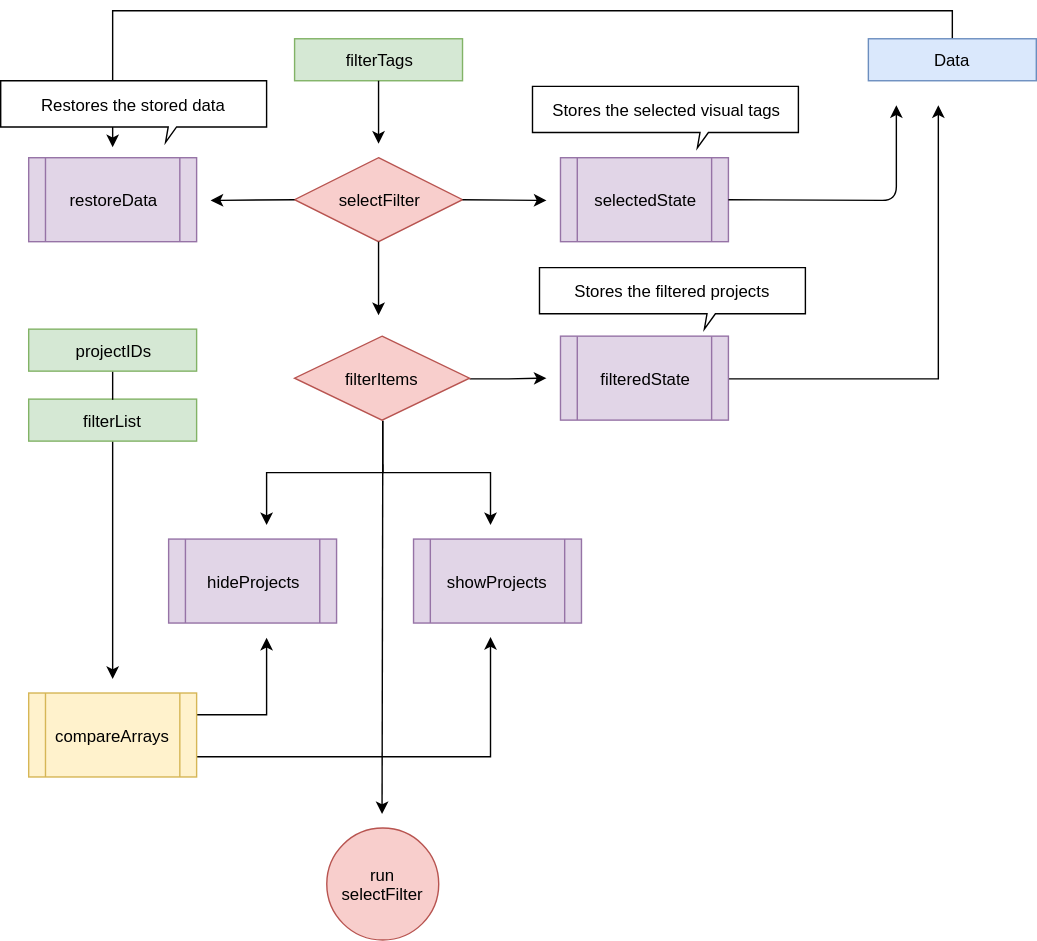
The draw.io diagram assets/img/filteringsystem.svg in Syhlo/portfolio, before a commit. Source tidied: cells renumbered, new cells last; positions are measured from the earlier drawing's top-left corner, leaving out a move shared by most shapes.
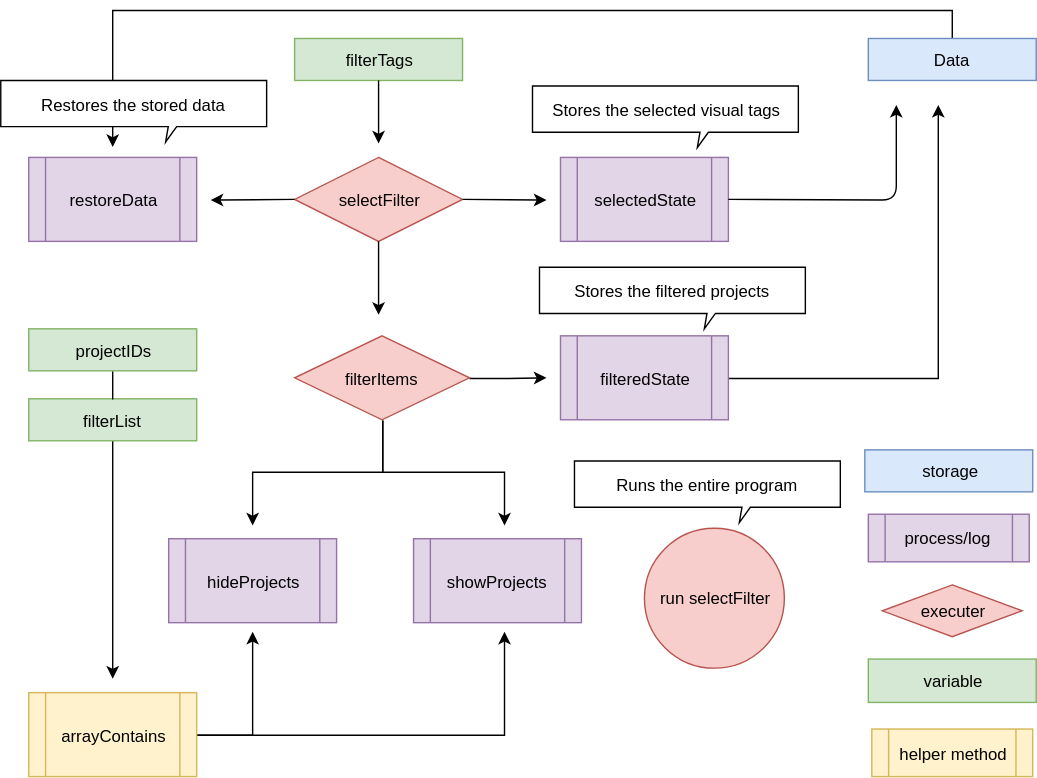
The same file after the commit.

Change to the diagram source:
```diff
@@ -71,12 +71,12 @@
     </mxCell>
     <mxCell id="18" style="edgeStyle=orthogonalEdgeStyle;rounded=0;html=1;exitX=0.5;exitY=1;jettySize=auto;" parent="1" edge="1" source="20">
       <mxGeometry relative="1" as="geometry">
-        <mxPoint x="190" y="347.5" as="targetPoint" />
+        <mxPoint x="180" y="348" as="targetPoint" />
       </mxGeometry>
     </mxCell>
     <mxCell id="19" style="edgeStyle=orthogonalEdgeStyle;rounded=0;html=1;exitX=0.5;exitY=1;jettySize=auto;" parent="1" edge="1" source="20">
       <mxGeometry relative="1" as="geometry">
-        <mxPoint x="350" y="347.5" as="targetPoint" />
+        <mxPoint x="360" y="348" as="targetPoint" />
       </mxGeometry>
     </mxCell>
     <mxCell id="20" value="filterItems&lt;br&gt;" style="rhombus;whiteSpace=wrap;html=1;fillColor=#f8cecc;strokeColor=#b85450;" parent="1" vertex="1">
@@ -96,31 +96,22 @@
     <mxCell id="24" value="showProjects" style="shape=process;whiteSpace=wrap;html=1;backgroundOutline=1;fillColor=#e1d5e7;strokeColor=#9673a6;" parent="1" vertex="1">
       <mxGeometry x="295" y="357.5" width="120" height="60" as="geometry" />
     </mxCell>
-    <mxCell id="25" style="edgeStyle=orthogonalEdgeStyle;rounded=0;html=1;exitX=1;exitY=0.25;jettySize=auto;" parent="1" edge="1" source="27">
-      <mxGeometry relative="1" as="geometry">
-        <mxPoint x="190" y="427.5" as="targetPoint" />
-        <Array as="points">
-          <mxPoint x="190" y="482.5" />
-        </Array>
-      </mxGeometry>
-    </mxCell>
-    <mxCell id="26" style="edgeStyle=orthogonalEdgeStyle;rounded=0;html=1;exitX=1;exitY=0.75;jettySize=auto;" parent="1" edge="1" source="27">
-      <mxGeometry relative="1" as="geometry">
-        <mxPoint x="350" y="427.5" as="targetPoint" />
-      </mxGeometry>
-    </mxCell>
+    <mxCell id="33" style="edgeStyle=orthogonalEdgeStyle;rounded=0;html=1;exitX=1;exitY=0.5;jettySize=auto;strokeColor=#000000;" parent="1" edge="1" source="27">
+      <mxGeometry relative="1" as="geometry">
+        <mxPoint x="180" y="424" as="targetPoint" />
+      </mxGeometry>
+    </mxCell>
+    <mxCell id="34" style="edgeStyle=orthogonalEdgeStyle;rounded=0;html=1;exitX=1;exitY=0.5;jettySize=auto;strokeColor=#000000;" parent="1" edge="1" source="27">
+      <mxGeometry relative="1" as="geometry">
+        <mxPoint x="360" y="424" as="targetPoint" />
+      </mxGeometry>
+    </mxCell>
-    <mxCell id="27" value="compareArrays&lt;br&gt;" style="shape=process;whiteSpace=wrap;html=1;backgroundOutline=1;fillColor=#fff2cc;strokeColor=#d6b656;" parent="1" vertex="1">
+    <mxCell id="27" value="arrayContains&lt;br&gt;" style="shape=process;whiteSpace=wrap;html=1;backgroundOutline=1;fillColor=#fff2cc;strokeColor=#d6b656;" parent="1" vertex="1">
       <mxGeometry x="20" y="467.5" width="120" height="60" as="geometry" />
     </mxCell>
     <mxCell id="28" value="run selectFilter" style="ellipse;whiteSpace=wrap;html=1;fillColor=#f8cecc;strokeColor=#b85450;" parent="1" vertex="1">
-      <mxGeometry x="232.5" y="564" width="80" height="80" as="geometry" />
+      <mxGeometry x="460" y="350" width="100" height="100" as="geometry" />
     </mxCell>
-    <mxCell id="29" style="endArrow=classic;html=1;" parent="1" edge="1">
-      <mxGeometry relative="1" as="geometry">
-        <mxPoint x="273" y="304" as="sourcePoint" />
-        <mxPoint x="272.5" y="554" as="targetPoint" />
-      </mxGeometry>
-    </mxCell>
     <mxCell id="30" value="Stores the filtered projects" style="shape=callout;whiteSpace=wrap;html=1;perimeter=calloutPerimeter;size=11;position=0.63;base=6;position2=0.62;fillColor=#ffffff;strokeColor=#000000;" parent="1" vertex="1">
       <mxGeometry x="385" y="163.5" width="190" height="44" as="geometry" />
     </mxCell>
@@ -130,5 +121,23 @@
     <mxCell id="32" style="endArrow=none;html=1;entryX=0.5;entryY=1;exitX=0.5;exitY=0;" parent="1" edge="1" source="15" target="16">
       <mxGeometry relative="1" as="geometry" />
     </mxCell>
+    <mxCell id="35" value="process/log" style="shape=process;whiteSpace=wrap;html=1;backgroundOutline=1;fillColor=#e1d5e7;strokeColor=#9673a6;" parent="1" vertex="1">
+      <mxGeometry x="620" y="340" width="115" height="34" as="geometry" />
+    </mxCell>
+    <mxCell id="36" value="executer" style="rhombus;whiteSpace=wrap;html=1;fillColor=#f8cecc;strokeColor=#b85450;" parent="1" vertex="1">
+      <mxGeometry x="630" y="390.5" width="100" height="37" as="geometry" />
+    </mxCell>
+    <mxCell id="37" value="variable" style="rounded=0;whiteSpace=wrap;html=1;fillColor=#d5e8d4;strokeColor=#82b366;" parent="1" vertex="1">
+      <mxGeometry x="620" y="443.5" width="120" height="31" as="geometry" />
+    </mxCell>
+    <mxCell id="38" value="helper method" style="shape=process;whiteSpace=wrap;html=1;backgroundOutline=1;fillColor=#fff2cc;strokeColor=#d6b656;" parent="1" vertex="1">
+      <mxGeometry x="622.5" y="493.5" width="115" height="34" as="geometry" />
+    </mxCell>
+    <mxCell id="39" value="storage" style="rounded=0;whiteSpace=wrap;html=1;fillColor=#dae8fc;strokeColor=#6c8ebf;" parent="1" vertex="1">
+      <mxGeometry x="617.5" y="294" width="120" height="30" as="geometry" />
+    </mxCell>
+    <mxCell id="40" value="Runs the entire program" style="shape=callout;whiteSpace=wrap;html=1;perimeter=calloutPerimeter;size=11;position=0.63;base=6;position2=0.62;fillColor=#ffffff;strokeColor=#000000;" parent="1" vertex="1">
+      <mxGeometry x="410" y="302" width="190" height="44" as="geometry" />
+    </mxCell>
   </root>
 </mxGraphModel>
```
